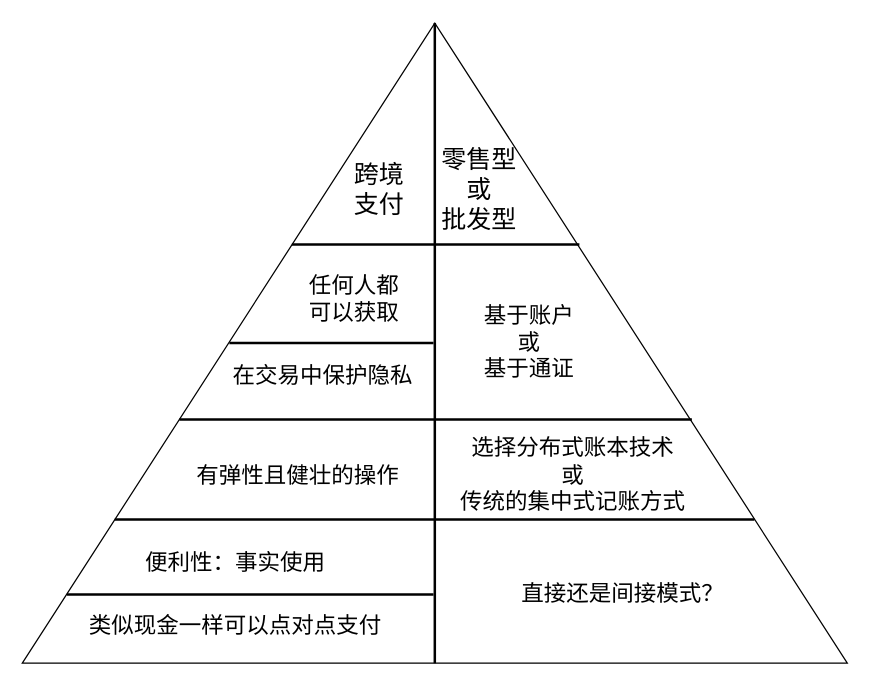
Above: 需求三角.drawio in liugangjian/BTCWallet (draw.io), before the change. Source tidied: cells renumbered, new cells numbered last; positions are measured from the earlier drawing's top-left corner, leaving out a move shared by most shapes. Both pictures are drawn from the tidied source at 125%, with x=0, y=0 at pixel (54, -70).
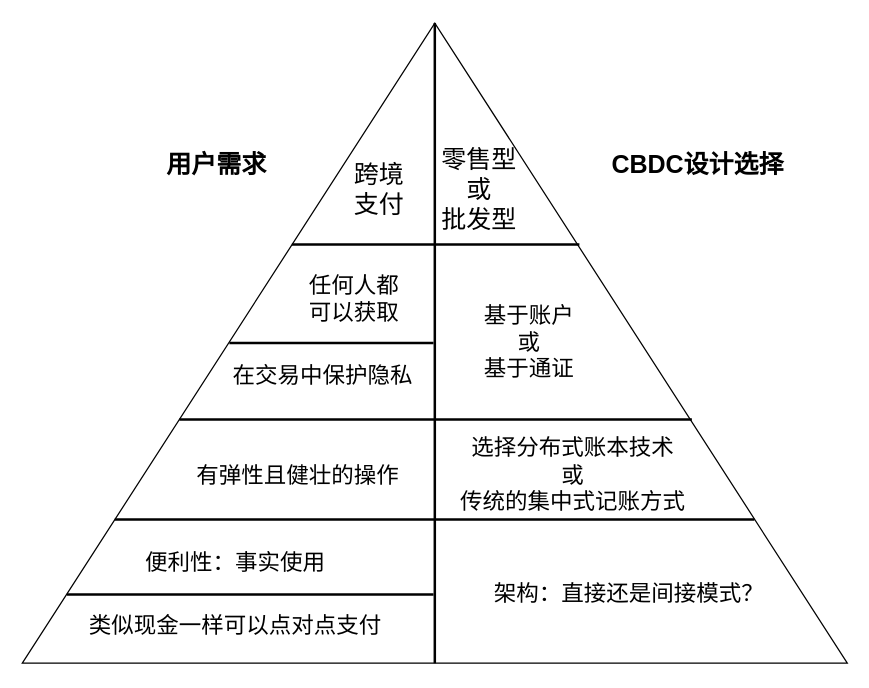
After the change.

Diff of the diagram source:
```diff
@@
-    <mxCell id="13" value="&lt;span style=&quot;font-size: 18px&quot;&gt;直接还是间接模式？&lt;/span&gt;" style="text;html=1;strokeColor=none;fillColor=none;align=center;verticalAlign=middle;whiteSpace=wrap;rounded=0;" parent="1" vertex="1">
-      <mxGeometry x="350.4" y="491" width="210" height="80" as="geometry" />
+    <mxCell id="13" value="&lt;span style=&quot;font-size: 18px&quot;&gt;架构：直接还是间接模式？&lt;/span&gt;" style="text;html=1;strokeColor=none;fillColor=none;align=center;verticalAlign=middle;whiteSpace=wrap;rounded=0;" parent="1" vertex="1">
+      <mxGeometry x="340" y="491" width="239.6" height="80" as="geometry" />
     </mxCell>
@@
+    <mxCell id="19" value="&lt;font style=&quot;font-size: 20px&quot;&gt;&lt;b&gt;用户需求&lt;/b&gt;&lt;/font&gt;" style="text;html=1;strokeColor=none;fillColor=none;align=center;verticalAlign=middle;whiteSpace=wrap;rounded=0;" parent="1" vertex="1">
+      <mxGeometry x="70" y="156" width="120" height="60" as="geometry" />
+    </mxCell>
+    <mxCell id="20" value="&lt;font style=&quot;font-size: 20px&quot;&gt;&lt;b&gt;CBDC设计选择&lt;/b&gt;&lt;/font&gt;" style="text;html=1;strokeColor=none;fillColor=none;align=center;verticalAlign=middle;whiteSpace=wrap;rounded=0;" parent="1" vertex="1">
+      <mxGeometry x="440" y="156" width="150" height="60" as="geometry" />
+    </mxCell>
```
